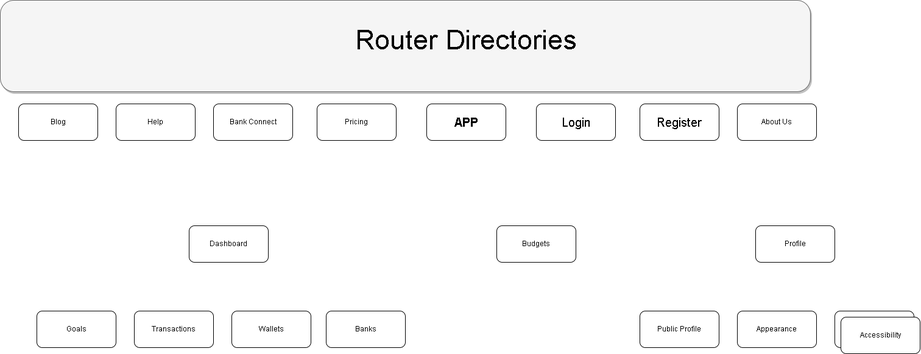
Earlier version of the draw.io export public/assets/imgs/CashManager - Diagram.drawio.png (KloutDevs/personal-portfolio). Source tidied: cells renumbered, new cells last; positions are measured from the earlier drawing's top-left corner, leaving out a move shared by most shapes.
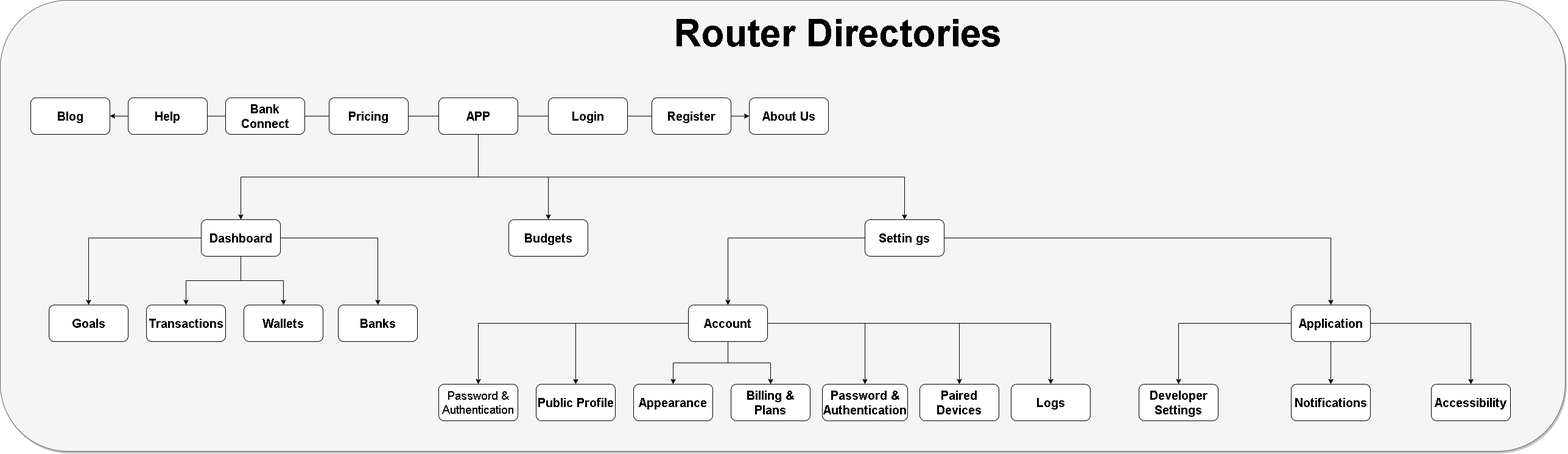
After the change.

The edit, as a diff of the source:
```diff
@@ -3,67 +3,164 @@
     <mxCell id="0" />
     <mxCell id="1" parent="0" />
     <mxCell id="2" style="rounded=1;whiteSpace=wrap;html=1;fillColor=#f5f5f5;strokeColor=#666666;fontColor=#333333;shadow=1;glass=0;" parent="1" vertex="1">
-      <mxGeometry width="1330" height="150" as="geometry" />
+      <mxGeometry x="-20" y="10" width="2570" height="740" as="geometry" />
     </mxCell>
-    <mxCell id="3" value="Router Directories" style="text;html=1;strokeColor=none;fillColor=none;align=center;verticalAlign=middle;whiteSpace=wrap;rounded=0;fontSize=45;" parent="1" vertex="1">
-      <mxGeometry x="570" y="50" width="390" height="30" as="geometry" />
+    <mxCell id="3" value="Router Directories" style="text;html=1;strokeColor=none;fillColor=none;align=center;verticalAlign=middle;whiteSpace=wrap;rounded=0;fontSize=62;fontStyle=1;" parent="1" vertex="1">
+      <mxGeometry x="570" y="50" width="1570" height="30" as="geometry" />
     </mxCell>
+    <mxCell id="23" style="edgeStyle=orthogonalEdgeStyle;rounded=0;jettySize=auto;html=1;fontFamily=Helvetica;fontSize=20;fontColor=default;" parent="1" edge="1" source="4" target="13">
+      <mxGeometry relative="1" as="geometry" />
+    </mxCell>
+    <mxCell id="24" style="edgeStyle=orthogonalEdgeStyle;rounded=0;jettySize=auto;html=1;fontFamily=Helvetica;fontSize=20;fontColor=default;" parent="1" edge="1" source="4" target="14">
+      <mxGeometry relative="1" as="geometry">
+        <Array as="points">
+          <mxPoint x="765" y="300" />
+          <mxPoint x="1465" y="300" />
+        </Array>
+      </mxGeometry>
+    </mxCell>
+    <mxCell id="25" style="edgeStyle=orthogonalEdgeStyle;rounded=0;jettySize=auto;html=1;fontFamily=Helvetica;fontSize=20;fontColor=default;" parent="1" edge="1" source="4" target="12">
+      <mxGeometry relative="1" as="geometry">
+        <Array as="points">
+          <mxPoint x="765" y="300" />
+          <mxPoint x="375" y="300" />
+        </Array>
+      </mxGeometry>
+    </mxCell>
+    <mxCell id="26" style="edgeStyle=orthogonalEdgeStyle;rounded=0;jettySize=auto;html=1;fontFamily=Helvetica;fontSize=20;fontColor=default;" parent="1" edge="1" source="4" target="10">
+      <mxGeometry relative="1" as="geometry" />
+    </mxCell>
+    <mxCell id="27" style="edgeStyle=orthogonalEdgeStyle;rounded=0;jettySize=auto;html=1;fontFamily=Helvetica;fontSize=20;fontColor=default;" parent="1" edge="1" source="4" target="11">
+      <mxGeometry relative="1" as="geometry" />
+    </mxCell>
     <mxCell id="4" value="&lt;font style=&quot;font-size: 20px;&quot;&gt;&lt;b&gt;APP&lt;/b&gt;&lt;/font&gt;" style="rounded=1;whiteSpace=wrap;html=1;" parent="1" vertex="1">
       <mxGeometry x="700" y="170" width="130" height="60" as="geometry" />
     </mxCell>
-    <mxCell id="5" value="Pricing" style="rounded=1;whiteSpace=wrap;html=1;" parent="1" vertex="1">
+    <mxCell id="5" value="Pricing" style="rounded=1;whiteSpace=wrap;html=1;fontSize=20;fontStyle=1;" parent="1" vertex="1">
       <mxGeometry x="520" y="170" width="130" height="60" as="geometry" />
     </mxCell>
-    <mxCell id="6" value="Bank Connect" style="rounded=1;whiteSpace=wrap;html=1;" parent="1" vertex="1">
+    <mxCell id="6" value="Bank Connect" style="rounded=1;whiteSpace=wrap;html=1;fontSize=20;fontStyle=1;" parent="1" vertex="1">
       <mxGeometry x="350" y="170" width="130" height="60" as="geometry" />
     </mxCell>
-    <mxCell id="7" value="&lt;font style=&quot;font-size: 20px;&quot;&gt;Login&lt;/font&gt;" style="rounded=1;whiteSpace=wrap;html=1;" parent="1" vertex="1">
+    <mxCell id="7" value="&lt;font style=&quot;font-size: 20px;&quot;&gt;Login&lt;/font&gt;" style="rounded=1;whiteSpace=wrap;html=1;fontStyle=1;" parent="1" vertex="1">
       <mxGeometry x="880" y="170" width="130" height="60" as="geometry" />
     </mxCell>
-    <mxCell id="8" value="&lt;font style=&quot;font-size: 20px;&quot;&gt;Register&lt;/font&gt;" style="rounded=1;whiteSpace=wrap;html=1;" parent="1" vertex="1">
+    <mxCell id="8" value="&lt;font style=&quot;font-size: 20px;&quot;&gt;Register&lt;/font&gt;" style="rounded=1;whiteSpace=wrap;html=1;fontStyle=1;" parent="1" vertex="1">
       <mxGeometry x="1050" y="170" width="130" height="60" as="geometry" />
     </mxCell>
-    <mxCell id="9" value="Help" style="rounded=1;whiteSpace=wrap;html=1;" parent="1" vertex="1">
+    <mxCell id="9" value="Help" style="rounded=1;whiteSpace=wrap;html=1;fontSize=20;fontStyle=1;" parent="1" vertex="1">
       <mxGeometry x="190" y="170" width="130" height="60" as="geometry" />
     </mxCell>
-    <mxCell id="10" value="About Us" style="rounded=1;whiteSpace=wrap;html=1;" parent="1" vertex="1">
+    <mxCell id="10" value="About Us" style="rounded=1;whiteSpace=wrap;html=1;fontSize=20;fontStyle=1;" parent="1" vertex="1">
       <mxGeometry x="1210" y="170" width="130" height="60" as="geometry" />
     </mxCell>
-    <mxCell id="11" value="Blog" style="rounded=1;whiteSpace=wrap;html=1;" parent="1" vertex="1">
+    <mxCell id="11" value="&lt;b&gt;&lt;font style=&quot;font-size: 20px;&quot;&gt;Blog&lt;/font&gt;&lt;/b&gt;" style="rounded=1;whiteSpace=wrap;html=1;" parent="1" vertex="1">
       <mxGeometry x="30" y="170" width="130" height="60" as="geometry" />
     </mxCell>
+    <mxCell id="28" style="edgeStyle=orthogonalEdgeStyle;rounded=0;jettySize=auto;html=1;fontFamily=Helvetica;fontSize=20;fontColor=default;" parent="1" edge="1" source="12" target="16">
+      <mxGeometry relative="1" as="geometry" />
+    </mxCell>
+    <mxCell id="29" style="edgeStyle=orthogonalEdgeStyle;rounded=0;jettySize=auto;html=1;fontFamily=Helvetica;fontSize=20;fontColor=default;" parent="1" edge="1" source="12" target="17">
+      <mxGeometry relative="1" as="geometry" />
+    </mxCell>
+    <mxCell id="30" style="edgeStyle=orthogonalEdgeStyle;rounded=0;jettySize=auto;html=1;fontFamily=Helvetica;fontSize=20;fontColor=default;" parent="1" edge="1" source="12" target="15">
+      <mxGeometry relative="1" as="geometry" />
+    </mxCell>
+    <mxCell id="31" style="edgeStyle=orthogonalEdgeStyle;rounded=0;jettySize=auto;html=1;entryX=0.5;entryY=0;entryDx=0;entryDy=0;fontFamily=Helvetica;fontSize=20;fontColor=default;" parent="1" edge="1" source="12" target="18">
+      <mxGeometry relative="1" as="geometry" />
+    </mxCell>
-    <mxCell id="12" value="Dashboard" style="rounded=1;whiteSpace=wrap;html=1;" parent="1" vertex="1">
+    <mxCell id="12" value="Dashboard" style="rounded=1;whiteSpace=wrap;html=1;fontSize=20;fontStyle=1;" parent="1" vertex="1">
       <mxGeometry x="310" y="370" width="130" height="60" as="geometry" />
     </mxCell>
-    <mxCell id="13" value="Budgets" style="rounded=1;whiteSpace=wrap;html=1;" parent="1" vertex="1">
+    <mxCell id="13" value="Budgets" style="rounded=1;whiteSpace=wrap;html=1;fontSize=20;fontStyle=1;" parent="1" vertex="1">
       <mxGeometry x="815" y="370" width="130" height="60" as="geometry" />
     </mxCell>
+    <mxCell id="32" style="edgeStyle=orthogonalEdgeStyle;rounded=0;jettySize=auto;html=1;fontFamily=Helvetica;fontSize=20;fontColor=default;" parent="1" edge="1" source="14" target="21">
+      <mxGeometry relative="1" as="geometry" />
+    </mxCell>
+    <mxCell id="33" style="edgeStyle=orthogonalEdgeStyle;rounded=0;jettySize=auto;html=1;entryX=0.5;entryY=0;entryDx=0;entryDy=0;fontFamily=Helvetica;fontSize=20;fontColor=default;" parent="1" edge="1" source="14" target="44">
+      <mxGeometry relative="1" as="geometry" />
+    </mxCell>
-    <mxCell id="14" value="Profile" style="rounded=1;whiteSpace=wrap;html=1;" parent="1" vertex="1">
-      <mxGeometry x="1240" y="370" width="130" height="60" as="geometry" />
+    <mxCell id="14" value="Settin gs" style="rounded=1;whiteSpace=wrap;html=1;fontSize=20;fontStyle=1;" parent="1" vertex="1">
+      <mxGeometry x="1400" y="370" width="130" height="60" as="geometry" />
     </mxCell>
-    <mxCell id="15" value="Transactions" style="rounded=1;whiteSpace=wrap;html=1;" parent="1" vertex="1">
+    <mxCell id="15" value="Transactions" style="rounded=1;whiteSpace=wrap;html=1;fontSize=20;fontStyle=1;" parent="1" vertex="1">
       <mxGeometry x="220" y="510" width="130" height="60" as="geometry" />
     </mxCell>
-    <mxCell id="16" value="Wallets" style="rounded=1;whiteSpace=wrap;html=1;" parent="1" vertex="1">
+    <mxCell id="16" value="Wallets" style="rounded=1;whiteSpace=wrap;html=1;fontSize=20;fontStyle=1;" parent="1" vertex="1">
       <mxGeometry x="380" y="510" width="130" height="60" as="geometry" />
     </mxCell>
-    <mxCell id="17" value="Banks" style="rounded=1;whiteSpace=wrap;html=1;" parent="1" vertex="1">
+    <mxCell id="17" value="Banks" style="rounded=1;whiteSpace=wrap;html=1;fontSize=20;fontStyle=1;" parent="1" vertex="1">
       <mxGeometry x="535" y="510" width="130" height="60" as="geometry" />
     </mxCell>
-    <mxCell id="18" value="Goals" style="rounded=1;whiteSpace=wrap;html=1;" parent="1" vertex="1">
+    <mxCell id="18" value="Goals" style="rounded=1;whiteSpace=wrap;html=1;fontSize=20;fontStyle=1;" parent="1" vertex="1">
       <mxGeometry x="60" y="510" width="130" height="60" as="geometry" />
     </mxCell>
-    <mxCell id="19" value="Public Profile" style="rounded=1;whiteSpace=wrap;html=1;" parent="1" vertex="1">
-      <mxGeometry x="1050" y="510" width="130" height="60" as="geometry" />
+    <mxCell id="19" value="Public Profile" style="rounded=1;whiteSpace=wrap;html=1;fontSize=20;fontStyle=1;" parent="1" vertex="1">
+      <mxGeometry x="860" y="640" width="130" height="60" as="geometry" />
     </mxCell>
-    <mxCell id="20" value="Appearance" style="rounded=1;whiteSpace=wrap;html=1;" parent="1" vertex="1">
-      <mxGeometry x="1210" y="510" width="130" height="60" as="geometry" />
+    <mxCell id="20" value="Appearance" style="rounded=1;whiteSpace=wrap;html=1;fontSize=20;fontStyle=1;" parent="1" vertex="1">
+      <mxGeometry x="1020" y="640" width="130" height="60" as="geometry" />
     </mxCell>
+    <mxCell id="34" style="edgeStyle=orthogonalEdgeStyle;rounded=0;jettySize=auto;html=1;fontFamily=Helvetica;fontSize=20;fontColor=default;" parent="1" edge="1" source="21" target="22">
+      <mxGeometry relative="1" as="geometry" />
+    </mxCell>
+    <mxCell id="35" style="edgeStyle=orthogonalEdgeStyle;rounded=0;jettySize=auto;html=1;fontFamily=Helvetica;fontSize=20;fontColor=default;" parent="1" edge="1" source="21" target="51">
+      <mxGeometry relative="1" as="geometry" />
+    </mxCell>
+    <mxCell id="36" style="edgeStyle=orthogonalEdgeStyle;rounded=0;jettySize=auto;html=1;fontFamily=Helvetica;fontSize=20;fontColor=default;" parent="1" edge="1" source="21" target="45">
+      <mxGeometry relative="1" as="geometry" />
+    </mxCell>
-    <mxCell id="21" value="Accessibility" style="rounded=1;whiteSpace=wrap;html=1;" parent="1" vertex="1">
-      <mxGeometry x="1370" y="510" width="130" height="60" as="geometry" />
+    <mxCell id="21" value="Application" style="rounded=1;whiteSpace=wrap;html=1;fontStyle=1;fontSize=20;" parent="1" vertex="1">
+      <mxGeometry x="2100" y="510" width="130" height="60" as="geometry" />
     </mxCell>
-    <mxCell id="22" value="Accessibility" style="rounded=1;whiteSpace=wrap;html=1;" parent="1" vertex="1">
-      <mxGeometry x="1380" y="520" width="130" height="60" as="geometry" />
+    <mxCell id="22" value="Notifications" style="rounded=1;whiteSpace=wrap;html=1;fontSize=20;fontStyle=1;" parent="1" vertex="1">
+      <mxGeometry x="2100" y="640" width="130" height="60" as="geometry" />
     </mxCell>
+    <mxCell id="37" style="edgeStyle=orthogonalEdgeStyle;rounded=0;jettySize=auto;html=1;fontFamily=Helvetica;fontSize=20;fontColor=default;" parent="1" edge="1" source="44" target="46">
+      <mxGeometry relative="1" as="geometry" />
+    </mxCell>
+    <mxCell id="38" style="edgeStyle=orthogonalEdgeStyle;rounded=0;jettySize=auto;html=1;fontFamily=Helvetica;fontSize=20;fontColor=default;" parent="1" edge="1" source="44" target="48">
+      <mxGeometry relative="1" as="geometry" />
+    </mxCell>
+    <mxCell id="39" style="edgeStyle=orthogonalEdgeStyle;rounded=0;jettySize=auto;html=1;fontFamily=Helvetica;fontSize=20;fontColor=default;" parent="1" edge="1" source="44" target="49">
+      <mxGeometry relative="1" as="geometry" />
+    </mxCell>
+    <mxCell id="40" style="edgeStyle=orthogonalEdgeStyle;rounded=0;jettySize=auto;html=1;fontFamily=Helvetica;fontSize=20;fontColor=default;" parent="1" edge="1" source="44" target="50">
+      <mxGeometry relative="1" as="geometry" />
+    </mxCell>
+    <mxCell id="41" style="edgeStyle=orthogonalEdgeStyle;rounded=0;jettySize=auto;html=1;fontFamily=Helvetica;fontSize=20;fontColor=default;" parent="1" edge="1" source="44" target="20">
+      <mxGeometry relative="1" as="geometry" />
+    </mxCell>
+    <mxCell id="42" style="edgeStyle=orthogonalEdgeStyle;rounded=0;jettySize=auto;html=1;fontFamily=Helvetica;fontSize=20;fontColor=default;" parent="1" edge="1" source="44" target="19">
+      <mxGeometry relative="1" as="geometry" />
+    </mxCell>
+    <mxCell id="43" style="edgeStyle=orthogonalEdgeStyle;rounded=0;jettySize=auto;html=1;entryX=0.5;entryY=0;entryDx=0;entryDy=0;fontFamily=Helvetica;fontSize=20;fontColor=default;" parent="1" edge="1" source="44" target="47">
+      <mxGeometry relative="1" as="geometry" />
+    </mxCell>
+    <mxCell id="44" value="Account" style="rounded=1;whiteSpace=wrap;html=1;fontSize=20;fontStyle=1;" parent="1" vertex="1">
+      <mxGeometry x="1110" y="510" width="130" height="60" as="geometry" />
+    </mxCell>
+    <mxCell id="45" value="Developer Settings" style="rounded=1;whiteSpace=wrap;html=1;fontSize=20;fontStyle=1;" parent="1" vertex="1">
+      <mxGeometry x="1850" y="640" width="130" height="60" as="geometry" />
+    </mxCell>
+    <mxCell id="46" value="Billing &amp;amp; Plans" style="rounded=1;whiteSpace=wrap;html=1;fontSize=20;fontStyle=1;" parent="1" vertex="1">
+      <mxGeometry x="1180" y="640" width="130" height="60" as="geometry" />
+    </mxCell>
+    <mxCell id="47" value="Password &amp;amp; Authentication" style="rounded=1;whiteSpace=wrap;html=1;fontSize=19;fontStyle=0;" parent="1" vertex="1">
+      <mxGeometry x="700" y="640" width="130" height="60" as="geometry" />
+    </mxCell>
+    <mxCell id="48" value="Password &amp;amp; Authentication" style="rounded=1;whiteSpace=wrap;html=1;fontStyle=1;fontSize=20;" parent="1" vertex="1">
+      <mxGeometry x="1330" y="640" width="140" height="60" as="geometry" />
+    </mxCell>
+    <mxCell id="49" value="Paired Devices" style="rounded=1;whiteSpace=wrap;html=1;fontSize=20;fontStyle=1;" parent="1" vertex="1">
+      <mxGeometry x="1490" y="640" width="130" height="60" as="geometry" />
+    </mxCell>
+    <mxCell id="50" value="Logs" style="rounded=1;whiteSpace=wrap;html=1;fontSize=20;fontStyle=1;" parent="1" vertex="1">
+      <mxGeometry x="1640" y="640" width="130" height="60" as="geometry" />
+    </mxCell>
+    <mxCell id="51" value="Accessibility" style="rounded=1;whiteSpace=wrap;html=1;fontSize=20;fontStyle=1;" parent="1" vertex="1">
+      <mxGeometry x="2330" y="640" width="130" height="60" as="geometry" />
+    </mxCell>
   </root>
 </mxGraphModel>
```
